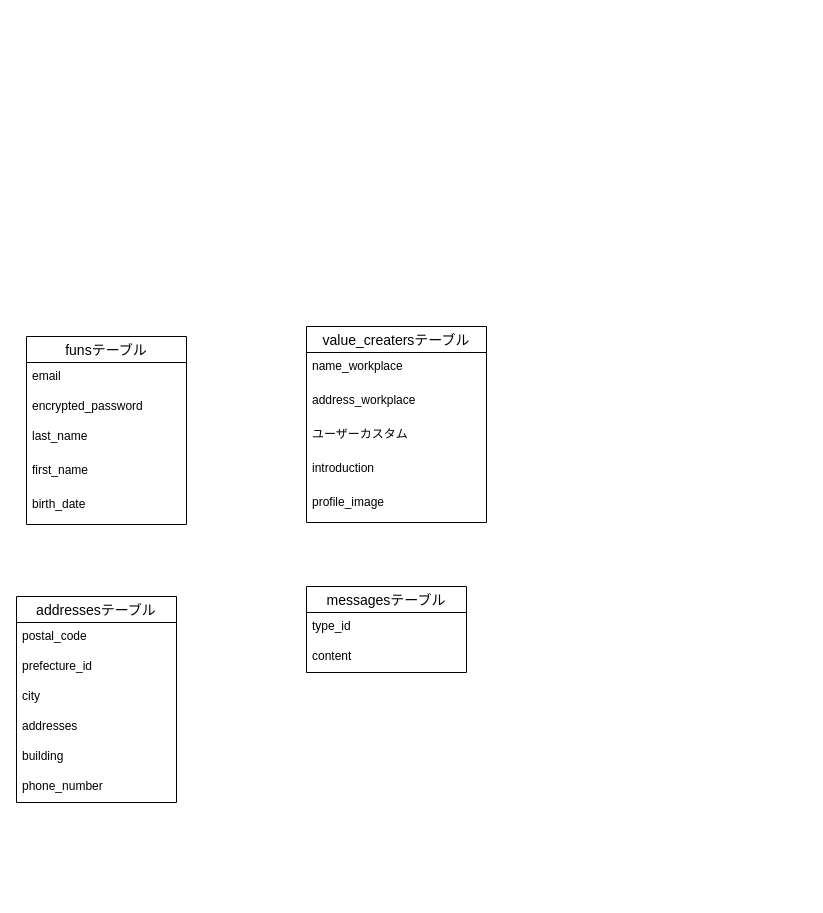
This is funup.dio from Onthevillage/funup, a draw.io file, before an edit. Source tidied: cells renumbered, new cells numbered last; positions are measured from the earlier drawing's top-left corner, leaving out a move shared by most shapes. Both pictures are drawn from the tidied source at 100%, with x=0, y=0 at pixel (16, 326).
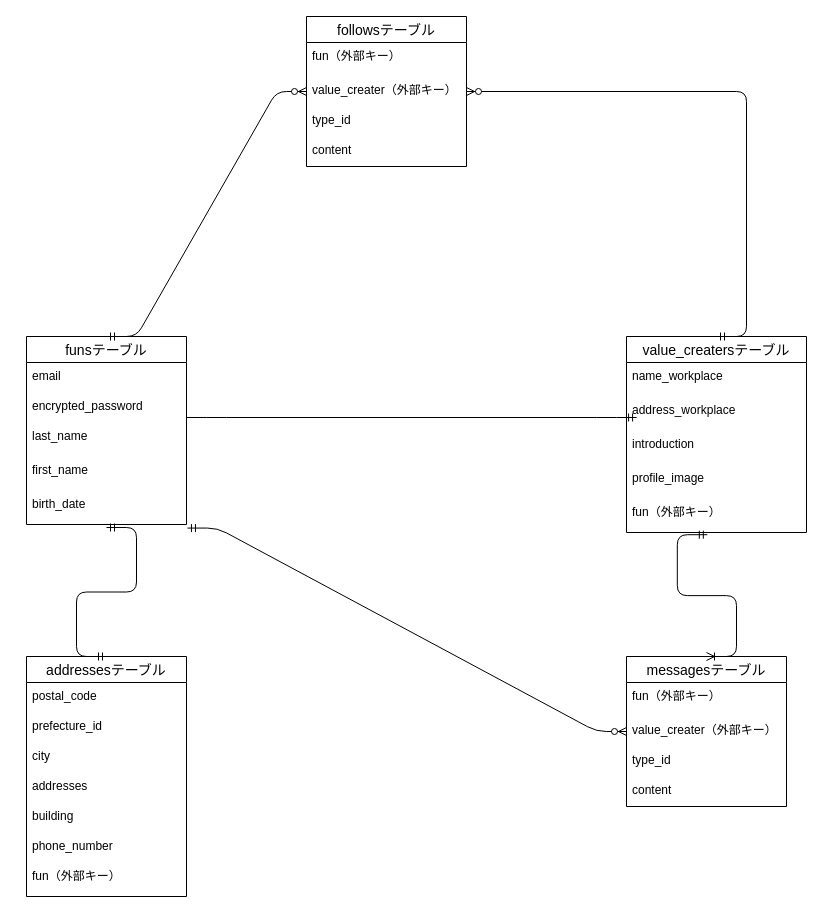
The same page after the edit.

Unchanged cells that the change refers to:
```xml
<mxCell id="2" value="funsテーブル" style="swimlane;fontStyle=0;horizontal=1;startSize=26;align=center;fontSize=14;" parent="1" vertex="1">
  <mxGeometry x="10" y="10" width="160" height="188" as="geometry" />
</mxCell>
<mxCell id="7" value="birth_date" style="text;strokeColor=none;fillColor=none;spacingLeft=4;spacingRight=4;overflow=hidden;points=[[0,0.5],[1,0.5]];portConstraint=eastwest;fontSize=12;" parent="2" vertex="1">
  <mxGeometry y="154" width="160" height="34" as="geometry" />
</mxCell>
<mxCell id="10" value="address_workplace" style="text;strokeColor=none;fillColor=none;spacingLeft=4;spacingRight=4;overflow=hidden;points=[[0,0.5],[1,0.5]];portConstraint=eastwest;fontSize=12;" parent="8" vertex="1">
  <mxGeometry y="60" width="180" height="34" as="geometry" />
</mxCell>
```

Change to the diagram source:
```diff
@@
     <mxCell id="8" value="value_creatersテーブル" style="swimlane;fontStyle=0;horizontal=1;startSize=26;align=center;fontSize=14;" parent="1" vertex="1">
-      <mxGeometry x="290" width="180" height="196" as="geometry" />
+      <mxGeometry x="610" y="10" width="180" height="196" as="geometry" />
     </mxCell>
@@
-    <mxCell id="11" value="ユーザーカスタム" style="text;strokeColor=none;fillColor=none;spacingLeft=4;spacingRight=4;overflow=hidden;fontSize=12;" parent="8" vertex="1">
-      <mxGeometry y="94" width="180" height="34" as="geometry" />
-    </mxCell>
     <mxCell id="12" value="introduction" style="text;strokeColor=none;fillColor=none;spacingLeft=4;spacingRight=4;overflow=hidden;fontSize=12;" parent="8" vertex="1">
-      <mxGeometry y="128" width="180" height="34" as="geometry" />
+      <mxGeometry y="94" width="180" height="34" as="geometry" />
     </mxCell>
     <mxCell id="13" value="profile_image" style="text;strokeColor=none;fillColor=none;spacingLeft=4;spacingRight=4;overflow=hidden;fontSize=12;" parent="8" vertex="1">
-      <mxGeometry y="162" width="180" height="34" as="geometry" />
+      <mxGeometry y="128" width="180" height="34" as="geometry" />
     </mxCell>
+    <mxCell id="24" value="fun（外部キー）" style="text;strokeColor=none;fillColor=none;spacingLeft=4;spacingRight=4;overflow=hidden;points=[[0,0.5],[1,0.5]];portConstraint=eastwest;fontSize=12;" parent="8" vertex="1">
+      <mxGeometry y="162" width="180" height="34" as="geometry" />
+    </mxCell>
     <mxCell id="14" value="addressesテーブル" style="swimlane;fontStyle=0;horizontal=1;startSize=26;align=center;fontSize=14;" parent="1" vertex="1">
-      <mxGeometry y="270" width="160" height="206" as="geometry" />
+      <mxGeometry x="10" y="330" width="160" height="240" as="geometry" />
     </mxCell>
@@
+    <mxCell id="25" value="fun（外部キー）" style="text;strokeColor=none;fillColor=none;spacingLeft=4;spacingRight=4;overflow=hidden;fontSize=12;" parent="14" vertex="1">
+      <mxGeometry y="206" width="160" height="34" as="geometry" />
+    </mxCell>
     <mxCell id="21" value="messagesテーブル" style="swimlane;fontStyle=0;horizontal=1;startSize=26;align=center;fontSize=14;" parent="1" vertex="1">
-      <mxGeometry x="290" y="260" width="160" height="86" as="geometry" />
+      <mxGeometry x="610" y="330" width="160" height="150" as="geometry" />
     </mxCell>
+    <mxCell id="26" value="fun（外部キー）" style="text;strokeColor=none;fillColor=none;spacingLeft=4;spacingRight=4;overflow=hidden;fontSize=12;" parent="21" vertex="1">
+      <mxGeometry y="26" width="160" height="34" as="geometry" />
+    </mxCell>
+    <mxCell id="27" value="value_creater（外部キー）" style="text;strokeColor=none;fillColor=none;spacingLeft=4;spacingRight=4;overflow=hidden;points=[[0,0.5],[1,0.5]];portConstraint=eastwest;fontSize=12;" parent="21" vertex="1">
+      <mxGeometry y="60" width="160" height="30" as="geometry" />
+    </mxCell>
     <mxCell id="22" value="type_id" style="text;strokeColor=none;fillColor=none;spacingLeft=4;spacingRight=4;overflow=hidden;fontSize=12;" parent="21" vertex="1">
-      <mxGeometry y="26" width="160" height="30" as="geometry" />
+      <mxGeometry y="90" width="160" height="30" as="geometry" />
     </mxCell>
     <mxCell id="23" value="content" style="text;strokeColor=none;fillColor=none;spacingLeft=4;spacingRight=4;overflow=hidden;fontSize=12;" parent="21" vertex="1">
-      <mxGeometry y="56" width="160" height="30" as="geometry" />
+      <mxGeometry y="120" width="160" height="30" as="geometry" />
     </mxCell>
+    <mxCell id="28" style="edgeStyle=entityRelationEdgeStyle;fontSize=12;html=1;endArrow=ERmandOne;startArrow=ERmandOne;entryX=0.5;entryY=0;entryDx=0;entryDy=0;" parent="1" edge="1" target="14">
+      <mxGeometry relative="1" as="geometry">
+        <mxPoint x="90" y="201" as="sourcePoint" />
+      </mxGeometry>
+    </mxCell>
+    <mxCell id="29" style="edgeStyle=entityRelationEdgeStyle;fontSize=12;html=1;endArrow=ERmandOne;entryX=0.056;entryY=0.618;entryDx=0;entryDy=0;entryPerimeter=0;" parent="1" edge="1" target="10">
+      <mxGeometry relative="1" as="geometry">
+        <mxPoint x="170" y="91" as="sourcePoint" />
+      </mxGeometry>
+    </mxCell>
+    <mxCell id="30" style="edgeStyle=entityRelationEdgeStyle;fontSize=12;html=1;endArrow=ERzeroToMany;startArrow=ERmandOne;exitX=1.006;exitY=1.105;exitDx=0;exitDy=0;exitPerimeter=0;entryX=0;entryY=0.5;entryDx=0;entryDy=0;" parent="1" edge="1" source="7" target="27">
+      <mxGeometry relative="1" as="geometry" />
+    </mxCell>
+    <mxCell id="31" style="edgeStyle=entityRelationEdgeStyle;fontSize=12;html=1;endArrow=ERoneToMany;startArrow=ERmandOne;exitX=0.449;exitY=1.065;exitDx=0;exitDy=0;exitPerimeter=0;entryX=0.5;entryY=0;entryDx=0;entryDy=0;" parent="1" edge="1" source="24" target="21">
+      <mxGeometry relative="1" as="geometry" />
+    </mxCell>
+    <mxCell id="32" value="followsテーブル" style="swimlane;fontStyle=0;horizontal=1;startSize=26;align=center;fontSize=14;" parent="1" vertex="1">
+      <mxGeometry x="290" y="-310" width="160" height="150" as="geometry" />
+    </mxCell>
+    <mxCell id="33" value="fun（外部キー）" style="text;strokeColor=none;fillColor=none;spacingLeft=4;spacingRight=4;overflow=hidden;fontSize=12;" parent="32" vertex="1">
+      <mxGeometry y="26" width="160" height="34" as="geometry" />
+    </mxCell>
+    <mxCell id="34" value="value_creater（外部キー）" style="text;strokeColor=none;fillColor=none;spacingLeft=4;spacingRight=4;overflow=hidden;points=[[0,0.5],[1,0.5]];portConstraint=eastwest;fontSize=12;" parent="32" vertex="1">
+      <mxGeometry y="60" width="160" height="30" as="geometry" />
+    </mxCell>
+    <mxCell id="35" value="type_id" style="text;strokeColor=none;fillColor=none;spacingLeft=4;spacingRight=4;overflow=hidden;fontSize=12;" parent="32" vertex="1">
+      <mxGeometry y="90" width="160" height="30" as="geometry" />
+    </mxCell>
+    <mxCell id="36" value="content" style="text;strokeColor=none;fillColor=none;spacingLeft=4;spacingRight=4;overflow=hidden;fontSize=12;" parent="32" vertex="1">
+      <mxGeometry y="120" width="160" height="30" as="geometry" />
+    </mxCell>
+    <mxCell id="37" style="edgeStyle=entityRelationEdgeStyle;fontSize=12;html=1;endArrow=ERzeroToMany;startArrow=ERmandOne;entryX=0;entryY=0.5;entryDx=0;entryDy=0;exitX=0.5;exitY=0;exitDx=0;exitDy=0;" parent="1" edge="1" source="2" target="34">
+      <mxGeometry relative="1" as="geometry" />
+    </mxCell>
+    <mxCell id="38" style="edgeStyle=entityRelationEdgeStyle;fontSize=12;html=1;endArrow=ERzeroToMany;startArrow=ERmandOne;entryX=1;entryY=0.5;entryDx=0;entryDy=0;" parent="1" edge="1" target="34">
+      <mxGeometry relative="1" as="geometry">
+        <mxPoint x="700" y="10" as="sourcePoint" />
+      </mxGeometry>
+    </mxCell>
```
